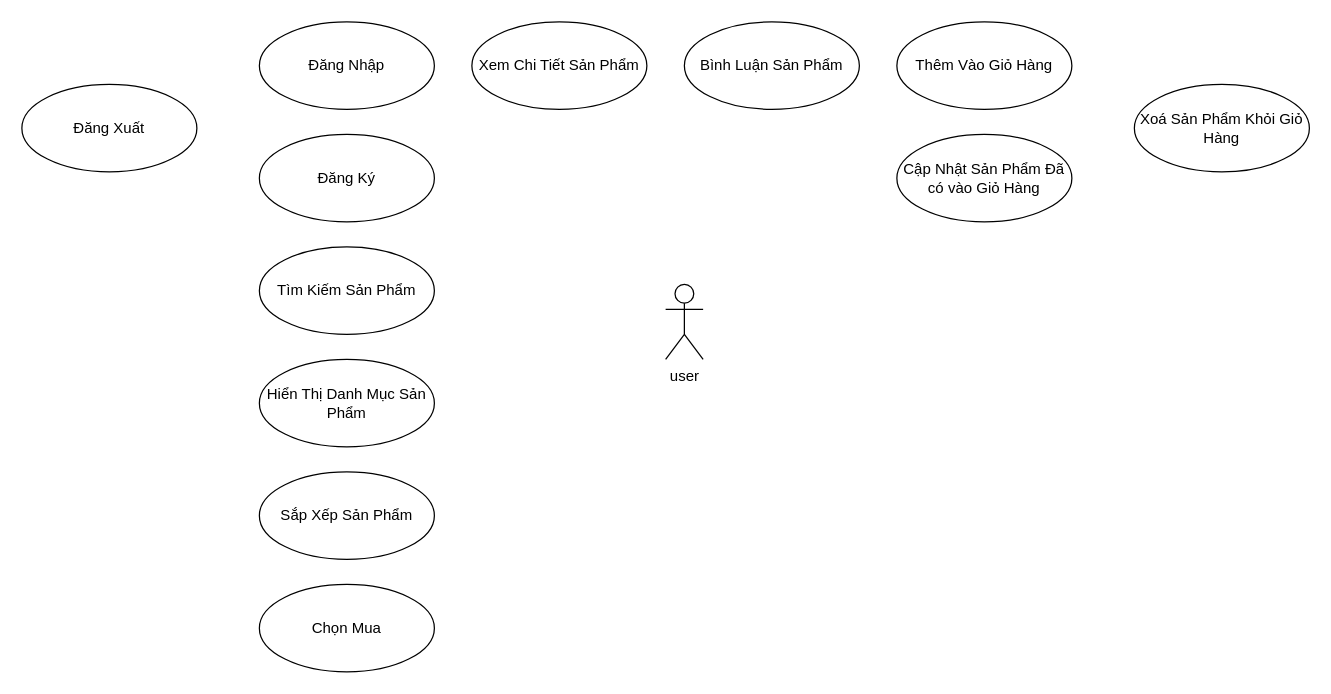
AnPH13/ANDROID keeps this draw.io diagram as Untitled Diagram.drawio. Above is the earlier version. Source tidied: cells renumbered, new cells numbered last; positions are measured from the earlier drawing's top-left corner, leaving out a move shared by most shapes. Both pictures are drawn from the tidied source at 125%, with x=0, y=0 at pixel (21, 21).
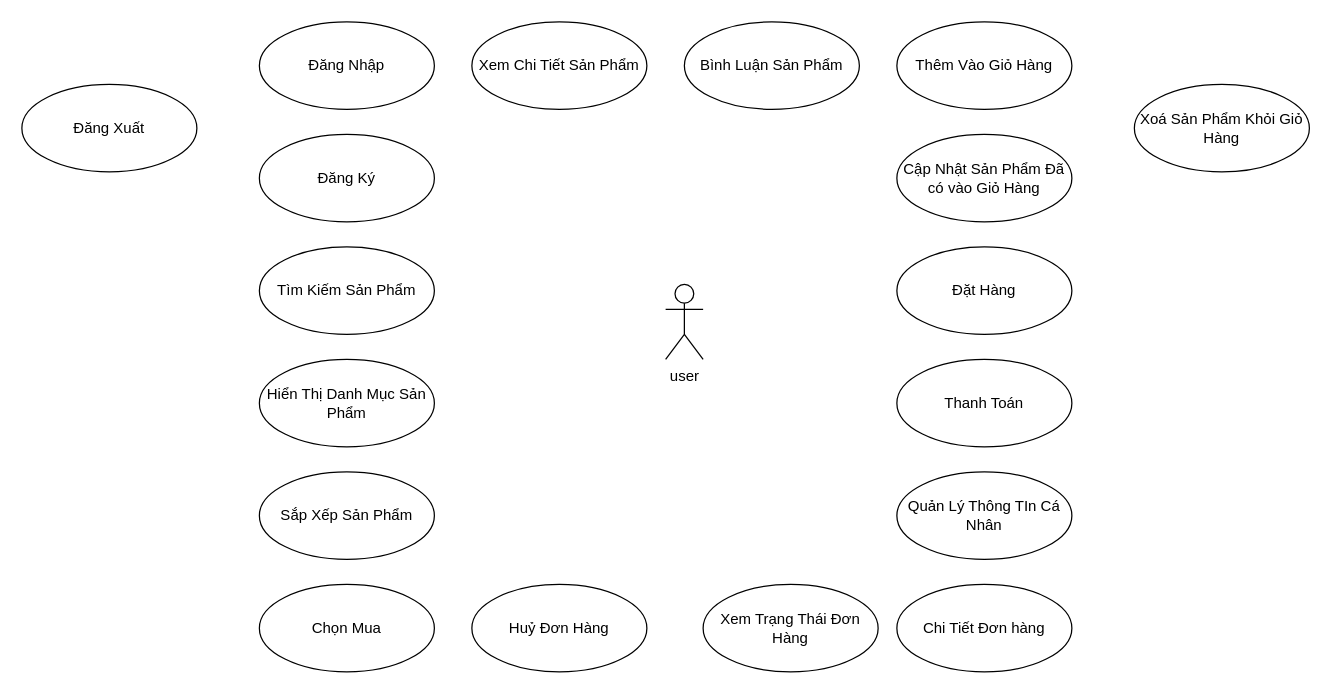
Above is the later version.

Change to the diagram source:
```diff
@@
+    <mxCell id="15" value="Đặt Hàng" style="ellipse;whiteSpace=wrap;html=1;" parent="1" vertex="1">
+      <mxGeometry x="700" y="180" width="140" height="70" as="geometry" />
+    </mxCell>
+    <mxCell id="16" value="Thanh Toán" style="ellipse;whiteSpace=wrap;html=1;" parent="1" vertex="1">
+      <mxGeometry x="700" y="270" width="140" height="70" as="geometry" />
+    </mxCell>
+    <mxCell id="17" value="Quản Lý Thông TIn Cá Nhân" style="ellipse;whiteSpace=wrap;html=1;" parent="1" vertex="1">
+      <mxGeometry x="700" y="360" width="140" height="70" as="geometry" />
+    </mxCell>
+    <mxCell id="18" value="Chi Tiết Đơn hàng" style="ellipse;whiteSpace=wrap;html=1;" parent="1" vertex="1">
+      <mxGeometry x="700" y="450" width="140" height="70" as="geometry" />
+    </mxCell>
+    <mxCell id="19" value="Xem Trạng Thái Đơn Hàng" style="ellipse;whiteSpace=wrap;html=1;" parent="1" vertex="1">
+      <mxGeometry x="545" y="450" width="140" height="70" as="geometry" />
+    </mxCell>
+    <mxCell id="20" value="Huỷ Đơn Hàng" style="ellipse;whiteSpace=wrap;html=1;" parent="1" vertex="1">
+      <mxGeometry x="360" y="450" width="140" height="70" as="geometry" />
+    </mxCell>
```
